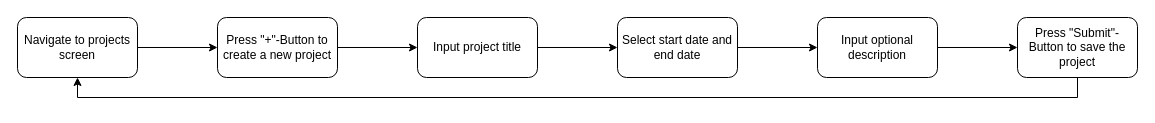
The draw.io diagram ux/userflow_new_project.drawio in robbeCoded/KMP_Timetracking, before the edit. Source tidied: cells renumbered, new cells numbered last; positions are measured from the earlier drawing's top-left corner, leaving out a move shared by most shapes. Both pictures are drawn from the tidied source at 100%, with x=0, y=0 at pixel (17, 17).
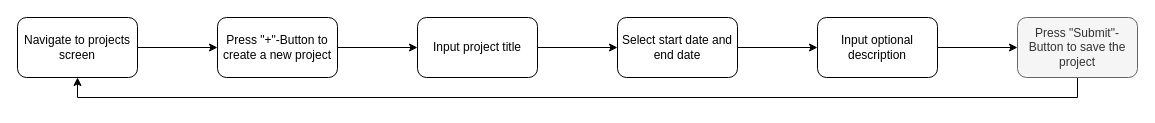
After the change.

The edit, as a diff of the source:
```diff
@@
 <mxGraphModel>
   <root>
     <mxCell id="0" />
     <mxCell id="1" parent="0" />
     <mxCell id="2" style="edgeStyle=orthogonalEdgeStyle;rounded=0;jettySize=auto;html=1;" parent="1" edge="1" source="3" target="5">
       <mxGeometry relative="1" as="geometry" />
     </mxCell>
     <mxCell id="3" value="Navigate to projects screen" style="rounded=1;whiteSpace=wrap;html=1;" parent="1" vertex="1">
       <mxGeometry width="120" height="60" as="geometry" />
     </mxCell>
     <mxCell id="4" style="edgeStyle=orthogonalEdgeStyle;rounded=0;jettySize=auto;html=1;" parent="1" edge="1" source="5" target="7">
       <mxGeometry relative="1" as="geometry" />
     </mxCell>
     <mxCell id="5" value="Press &quot;+&quot;-Button to create a new project" style="whiteSpace=wrap;html=1;rounded=1;" parent="1" vertex="1">
       <mxGeometry x="200" width="120" height="60" as="geometry" />
     </mxCell>
     <mxCell id="6" style="edgeStyle=orthogonalEdgeStyle;rounded=0;jettySize=auto;html=1;" parent="1" edge="1" source="7" target="9">
       <mxGeometry relative="1" as="geometry" />
     </mxCell>
     <mxCell id="7" value="Input project title" style="whiteSpace=wrap;html=1;rounded=1;" parent="1" vertex="1">
       <mxGeometry x="400" width="120" height="60" as="geometry" />
     </mxCell>
     <mxCell id="8" style="edgeStyle=orthogonalEdgeStyle;rounded=0;jettySize=auto;html=1;" parent="1" edge="1" source="9" target="11">
       <mxGeometry relative="1" as="geometry" />
     </mxCell>
     <mxCell id="9" value="Select start date and end date" style="whiteSpace=wrap;html=1;rounded=1;" parent="1" vertex="1">
       <mxGeometry x="600" width="120" height="60" as="geometry" />
     </mxCell>
     <mxCell id="10" style="edgeStyle=orthogonalEdgeStyle;rounded=0;jettySize=auto;html=1;" parent="1" edge="1" source="11" target="13">
       <mxGeometry relative="1" as="geometry" />
     </mxCell>
     <mxCell id="11" value="Input optional description" style="whiteSpace=wrap;html=1;rounded=1;" parent="1" vertex="1">
       <mxGeometry x="800" width="120" height="60" as="geometry" />
     </mxCell>
     <mxCell id="12" style="edgeStyle=orthogonalEdgeStyle;rounded=0;jettySize=auto;html=1;exitX=0.5;exitY=1;exitDx=0;exitDy=0;entryX=0.5;entryY=1;entryDx=0;entryDy=0;" parent="1" edge="1" source="13" target="3">
       <mxGeometry relative="1" as="geometry" />
     </mxCell>
-    <mxCell id="13" value="Press &quot;Submit&quot;-Button to save the project" style="whiteSpace=wrap;html=1;rounded=1;" parent="1" vertex="1">
+    <mxCell id="13" value="Press &quot;Submit&quot;-Button to save the project" style="whiteSpace=wrap;html=1;rounded=1;fillColor=#f5f5f5;fontColor=#333333;strokeColor=#666666;" parent="1" vertex="1">
       <mxGeometry x="1000" width="120" height="60" as="geometry" />
     </mxCell>
   </root>
 </mxGraphModel>
```
